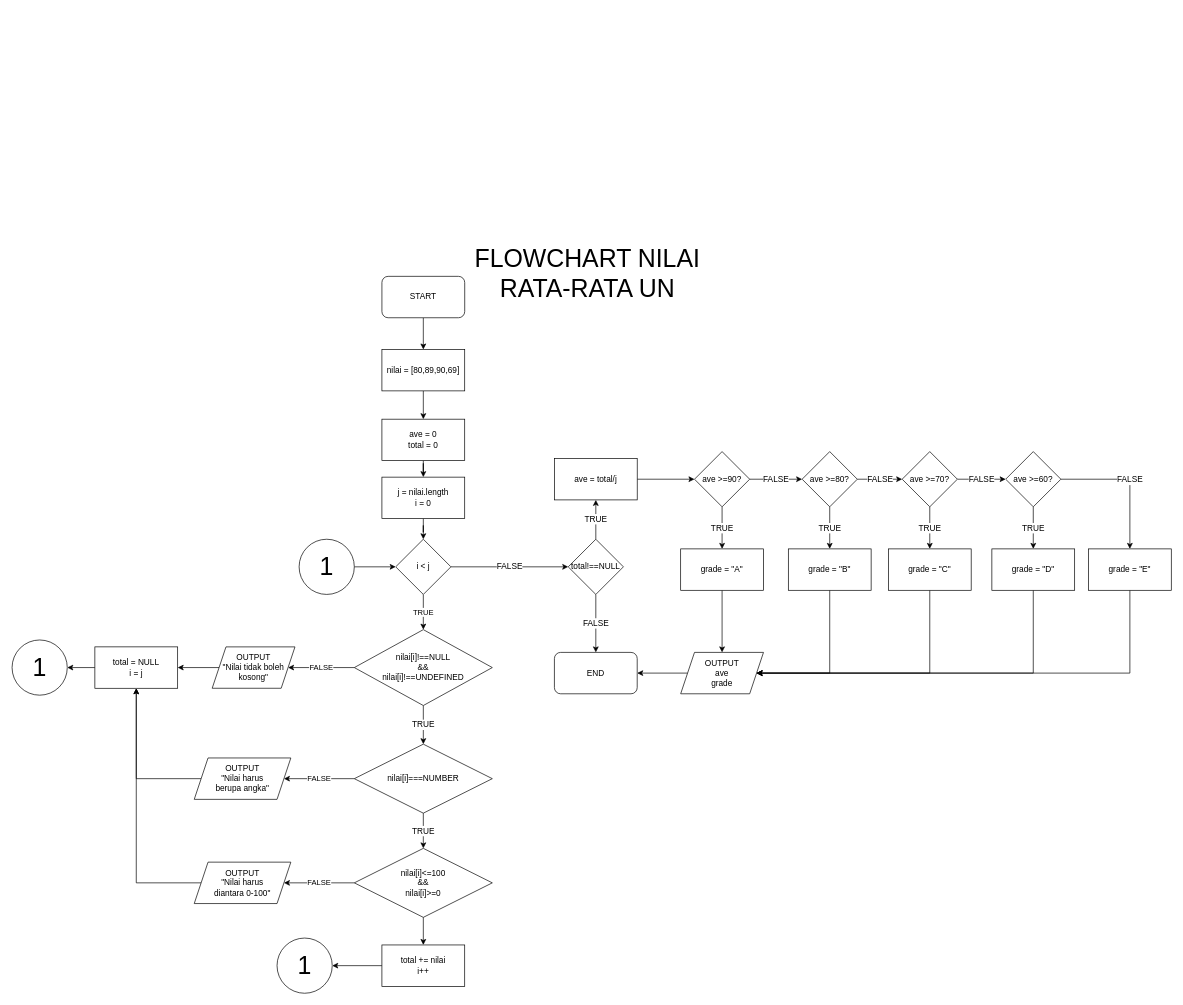
This is un.drawio from juumelisa/fw5-additional-flowchart, a draw.io file, before an edit. Source tidied: cells renumbered, new cells numbered last; positions are measured from the earlier drawing's top-left corner, leaving out a move shared by most shapes. Both pictures are drawn from the tidied source at 69%, with x=0, y=0 at pixel (12, 263).
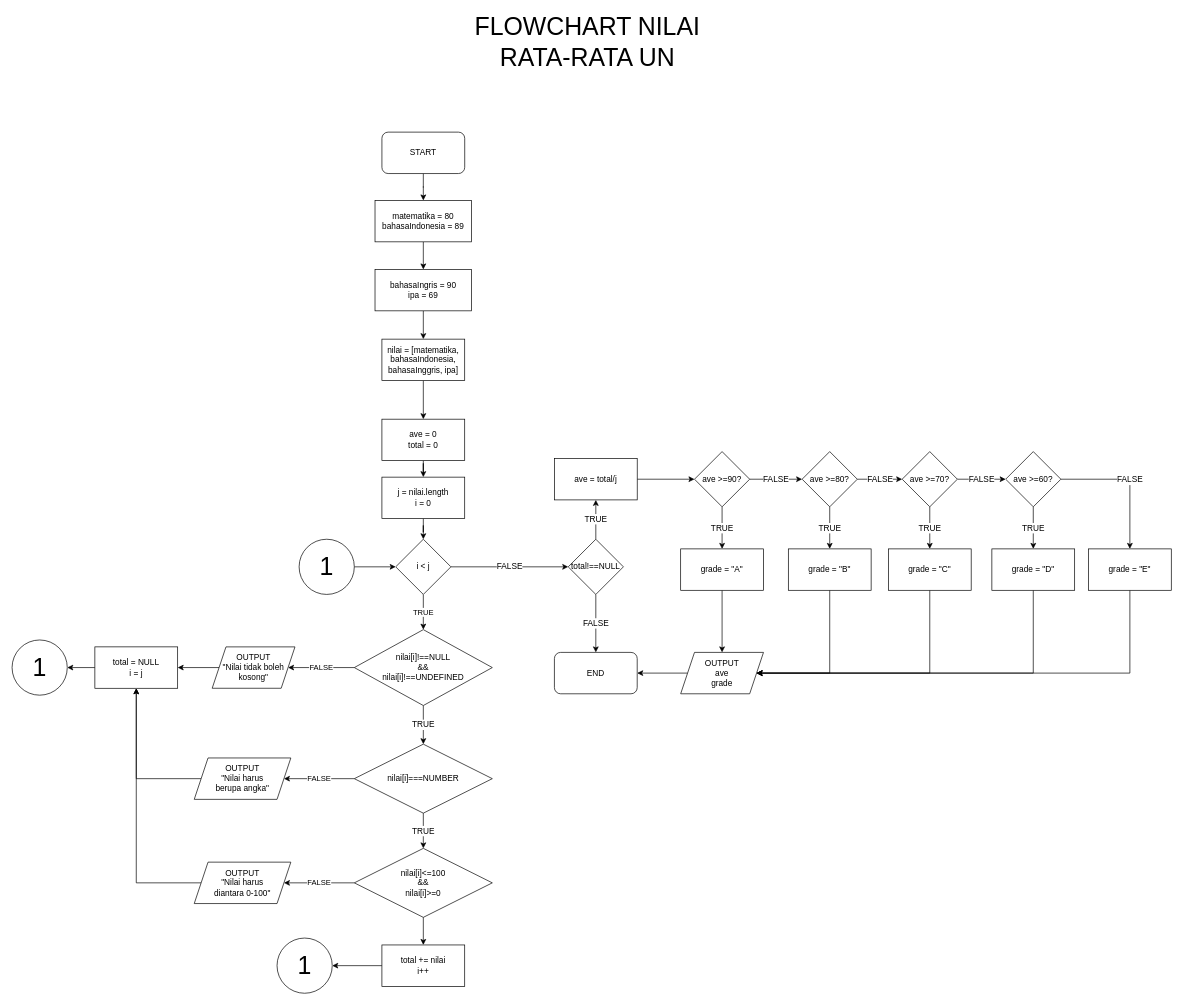
The same page after the edit.

Commit message:
Revisi Tugas 3

Change to the diagram source:
```diff
@@
-    <mxCell id="2" style="edgeStyle=orthogonalEdgeStyle;rounded=0;jettySize=auto;html=1;" parent="1" edge="1" source="3" target="64">
-      <mxGeometry relative="1" as="geometry" />
-    </mxCell>
+    <mxCell id="67" style="edgeStyle=orthogonalEdgeStyle;rounded=0;jettySize=auto;html=1;" parent="1" edge="1" source="3" target="69">
+      <mxGeometry relative="1" as="geometry" />
+    </mxCell>
     <mxCell id="3" value="START" style="rounded=1;whiteSpace=wrap;html=1;" parent="1" vertex="1">
-      <mxGeometry x="536" y="19" width="120" height="60" as="geometry" />
+      <mxGeometry x="536" y="-190" width="120" height="60" as="geometry" />
     </mxCell>
@@
     <mxCell id="57" value="&lt;font style=&quot;font-size: 36px&quot;&gt;FLOWCHART NILAI RATA-RATA UN&lt;/font&gt;" style="text;html=1;strokeColor=none;fillColor=none;align=center;verticalAlign=middle;whiteSpace=wrap;rounded=0;fontSize=12;" parent="1" vertex="1">
-      <mxGeometry x="639" width="390" height="30" as="geometry" />
+      <mxGeometry x="639" y="-336" width="390" height="30" as="geometry" />
     </mxCell>
@@
-    <mxCell id="64" value="nilai = [80,89,90,69]" style="rounded=0;whiteSpace=wrap;html=1;" parent="1" vertex="1">
-      <mxGeometry x="536" y="125" width="120" height="60" as="geometry" />
+    <mxCell id="64" value="nilai = [matematika, bahasaIndonesia, bahasaInggris, ipa]" style="rounded=0;whiteSpace=wrap;html=1;" parent="1" vertex="1">
+      <mxGeometry x="536" y="110" width="120" height="60" as="geometry" />
     </mxCell>
@@
+    <mxCell id="68" style="edgeStyle=orthogonalEdgeStyle;rounded=0;jettySize=auto;html=1;" parent="1" edge="1" source="69" target="71">
+      <mxGeometry relative="1" as="geometry" />
+    </mxCell>
+    <mxCell id="69" value="matematika = 80&lt;br&gt;bahasaIndonesia = 89" style="rounded=0;whiteSpace=wrap;html=1;" parent="1" vertex="1">
+      <mxGeometry x="526" y="-91" width="140" height="60" as="geometry" />
+    </mxCell>
+    <mxCell id="70" style="edgeStyle=orthogonalEdgeStyle;rounded=0;jettySize=auto;html=1;" parent="1" edge="1" source="71" target="64">
+      <mxGeometry relative="1" as="geometry" />
+    </mxCell>
+    <mxCell id="71" value="bahasaIngris = 90&lt;br&gt;ipa = 69" style="rounded=0;whiteSpace=wrap;html=1;" parent="1" vertex="1">
+      <mxGeometry x="526" y="9" width="140" height="60" as="geometry" />
+    </mxCell>
```
